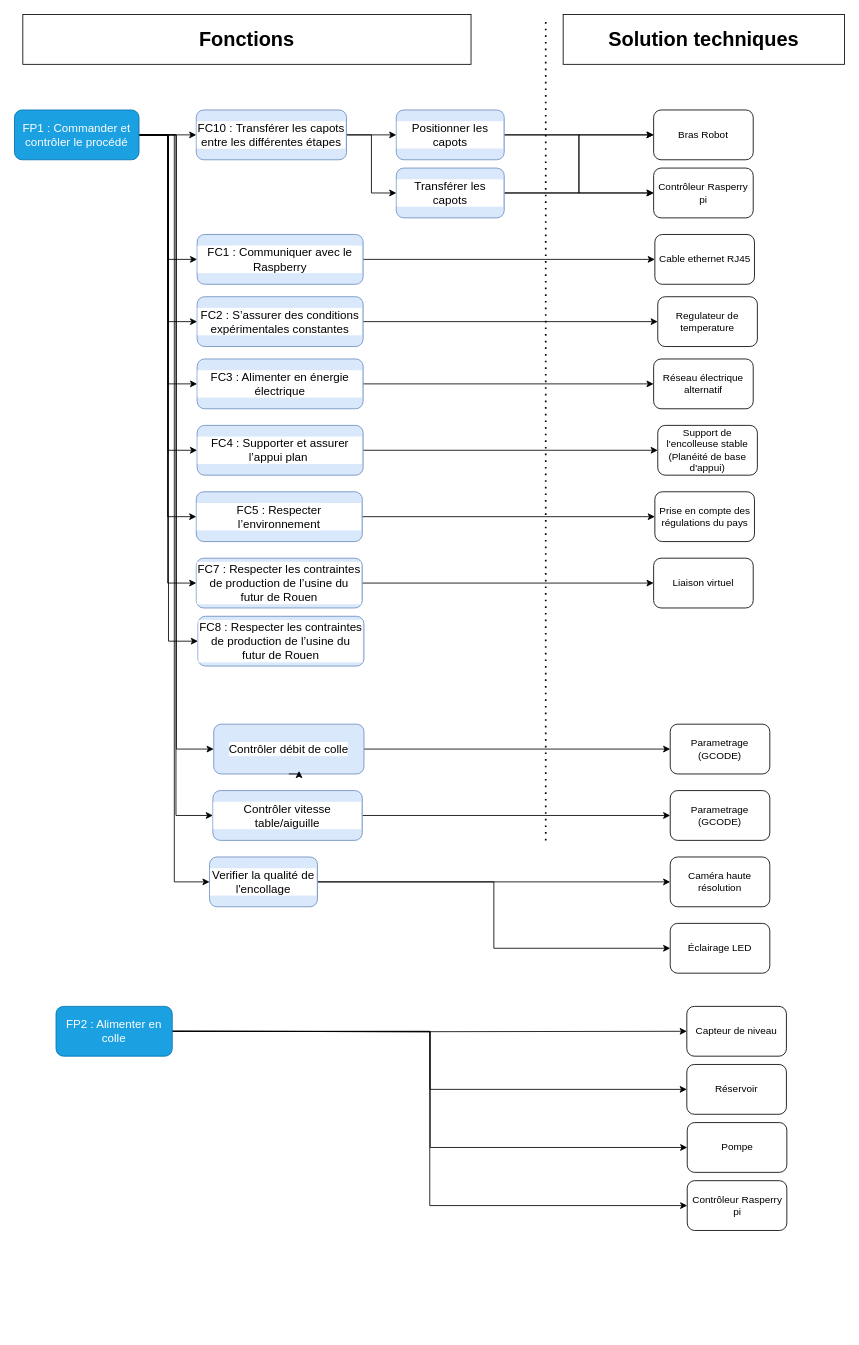
CharifMah/Systemes_automatises keeps this draw.io diagram as PDCA4 (Analyse fonctionnelle)/FAST DIAGRAM/Diagramme_FAST.drawio. Above is the earlier version. Source tidied: cells renumbered, new cells numbered last; positions are measured from the earlier drawing's top-left corner, leaving out a move shared by most shapes. Both pictures are drawn from the tidied source at 83%, with x=0, y=0 at pixel (14, 14).
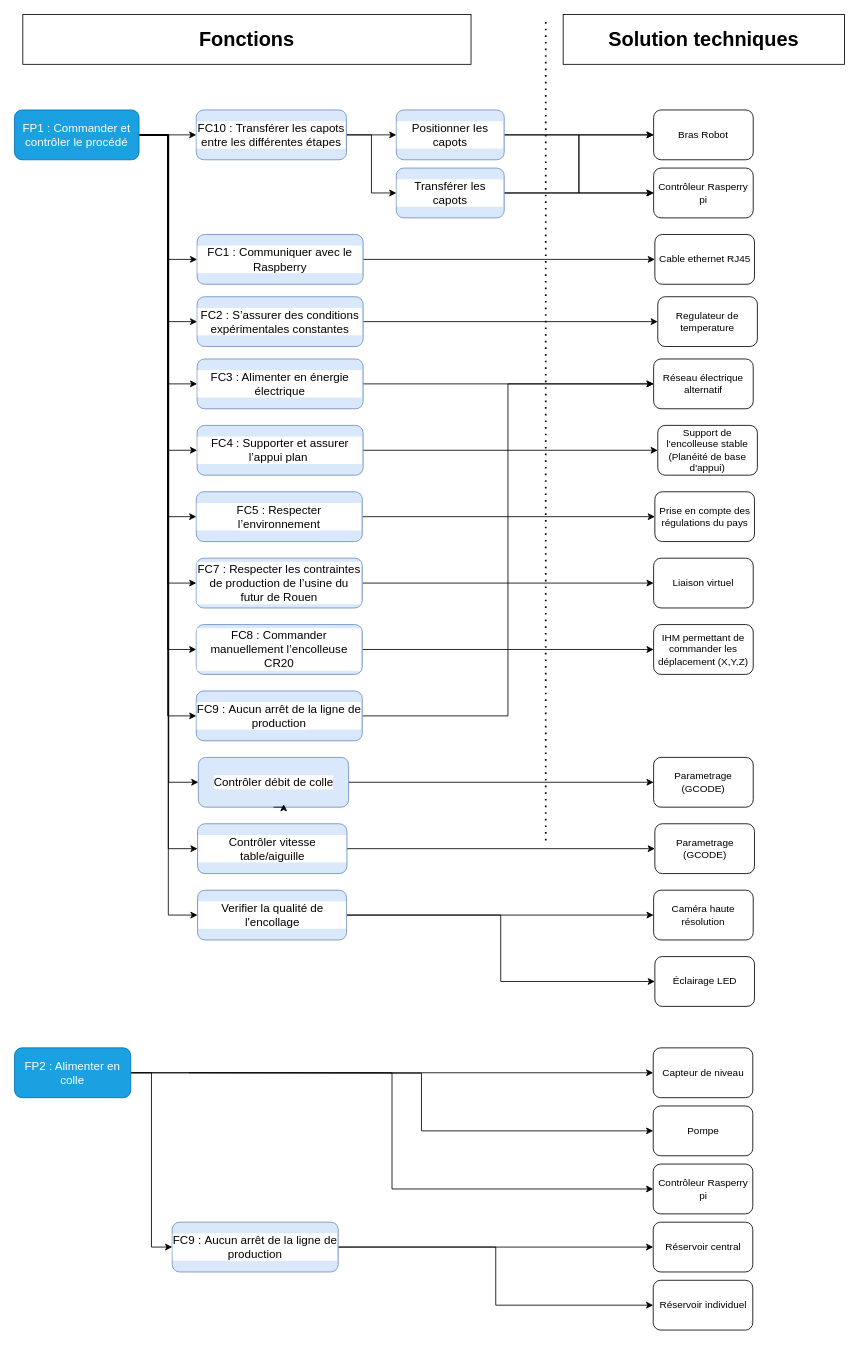
The same diagram, later.

The change refers to these unchanged cells:
```xml
<mxCell id="26" value="&lt;span&gt;&lt;font style=&quot;font-size: 14px; color: light-dark(rgb(255, 255, 255), rgb(0, 0, 0));&quot;&gt;FP1 : Commander et contrôler le procédé&lt;/font&gt;&lt;/span&gt;" style="rounded=1;whiteSpace=wrap;html=1;fillColor=#1ba1e2;fontColor=#ffffff;strokeColor=#006EAF;fontFamily=Helvetica;" parent="1" vertex="1">
  <mxGeometry y="115" width="150" height="60" as="geometry" />
</mxCell>
<mxCell id="51" value="Réseau électrique alternatif" style="rounded=1;whiteSpace=wrap;html=1;" parent="1" vertex="1">
  <mxGeometry x="770" y="415" width="120" height="60" as="geometry" />
</mxCell>
```

Change to the diagram source:
```diff
@@
-    <mxCell id="2" style="edgeStyle=orthogonalEdgeStyle;rounded=0;jettySize=auto;html=1;entryX=0;entryY=0.5;entryDx=0;entryDy=0;fontFamily=Helvetica;" parent="1" edge="1" target="33">
-      <mxGeometry relative="1" as="geometry">
-        <mxPoint x="190" y="1225" as="sourcePoint" />
-      </mxGeometry>
+    <mxCell id="2" style="edgeStyle=orthogonalEdgeStyle;rounded=0;jettySize=auto;html=1;entryX=0;entryY=0.5;entryDx=0;entryDy=0;fontFamily=Helvetica;exitX=1;exitY=0.5;exitDx=0;exitDy=0;" parent="1" edge="1" source="45" target="33">
+      <mxGeometry relative="1" as="geometry" />
     </mxCell>
-    <mxCell id="3" style="edgeStyle=orthogonalEdgeStyle;rounded=0;jettySize=auto;html=1;entryX=0;entryY=0.5;entryDx=0;entryDy=0;fontFamily=Helvetica;" parent="1" edge="1" target="36">
-      <mxGeometry relative="1" as="geometry">
-        <mxPoint x="190" y="1225" as="sourcePoint" />
-      </mxGeometry>
-    </mxCell>
     <mxCell id="4" style="edgeStyle=orthogonalEdgeStyle;rounded=0;jettySize=auto;html=1;entryX=0;entryY=0.5;entryDx=0;entryDy=0;fontFamily=Helvetica;" parent="1" edge="1" target="37">
       <mxGeometry relative="1" as="geometry">
-        <mxPoint x="190" y="1225" as="sourcePoint" />
+        <mxPoint x="210" y="1275" as="sourcePoint" />
       </mxGeometry>
     </mxCell>
@@
     <mxCell id="10" value="&lt;span style=&quot;font-size: 14px;&quot;&gt;Contrôler débit de colle&lt;/span&gt;" style="rounded=1;whiteSpace=wrap;html=1;labelBackgroundColor=default;labelBorderColor=none;textShadow=0;fillColor=#dae8fc;strokeColor=#6c8ebf;fontFamily=Helvetica;" parent="1" vertex="1">
-      <mxGeometry x="240" y="855" width="181" height="60" as="geometry" />
+      <mxGeometry x="221.5" y="895" width="181" height="60" as="geometry" />
     </mxCell>
@@
     <mxCell id="12" value="&lt;span style=&quot;font-size: 14px;&quot;&gt;Contrôler vitesse table/aiguille&lt;/span&gt;" style="rounded=1;whiteSpace=wrap;html=1;labelBackgroundColor=default;labelBorderColor=none;textShadow=0;fillColor=#dae8fc;strokeColor=#6c8ebf;fontFamily=Helvetica;" parent="1" vertex="1">
-      <mxGeometry x="239" y="935" width="180" height="60" as="geometry" />
+      <mxGeometry x="220.5" y="975" width="180" height="60" as="geometry" />
     </mxCell>
@@
+    <mxCell id="70" style="edgeStyle=orthogonalEdgeStyle;rounded=0;jettySize=auto;html=1;entryX=0;entryY=0.5;entryDx=0;entryDy=0;" parent="1" edge="1" source="26" target="75">
+      <mxGeometry relative="1" as="geometry" />
+    </mxCell>
@@
     <mxCell id="31" value="Parametrage (GCODE)" style="rounded=1;whiteSpace=wrap;html=1;fontFamily=Helvetica;" parent="1" vertex="1">
-      <mxGeometry x="790" y="855" width="120" height="60" as="geometry" />
+      <mxGeometry x="770" y="895" width="120" height="60" as="geometry" />
     </mxCell>
     <mxCell id="32" value="Parametrage (GCODE)" style="rounded=1;whiteSpace=wrap;html=1;fontFamily=Helvetica;" parent="1" vertex="1">
-      <mxGeometry x="790" y="935" width="120" height="60" as="geometry" />
+      <mxGeometry x="771.5" y="975" width="120" height="60" as="geometry" />
     </mxCell>
     <mxCell id="33" value="Capteur de niveau" style="rounded=1;whiteSpace=wrap;html=1;fontFamily=Helvetica;" parent="1" vertex="1">
-      <mxGeometry x="810" y="1195" width="120" height="60" as="geometry" />
+      <mxGeometry x="769.5" y="1245" width="120" height="60" as="geometry" />
     </mxCell>
@@
-    <mxCell id="36" value="Réservoir " style="rounded=1;whiteSpace=wrap;html=1;fontFamily=Helvetica;" parent="1" vertex="1">
-      <mxGeometry x="810" y="1265" width="120" height="60" as="geometry" />
+    <mxCell id="36" value="Réservoir central" style="rounded=1;whiteSpace=wrap;html=1;fontFamily=Helvetica;" parent="1" vertex="1">
+      <mxGeometry x="769.5" y="1455" width="120" height="60" as="geometry" />
     </mxCell>
     <mxCell id="37" value="Pompe" style="rounded=1;whiteSpace=wrap;html=1;fontFamily=Helvetica;" parent="1" vertex="1">
-      <mxGeometry x="810.5" y="1335" width="120" height="60" as="geometry" />
+      <mxGeometry x="769.5" y="1315" width="120" height="60" as="geometry" />
     </mxCell>
     <mxCell id="38" value="Contrôleur Rasperry pi" style="rounded=1;whiteSpace=wrap;html=1;fontFamily=Helvetica;" parent="1" vertex="1">
-      <mxGeometry x="810.5" y="1405" width="120" height="60" as="geometry" />
+      <mxGeometry x="769.5" y="1385" width="120" height="60" as="geometry" />
     </mxCell>
@@
     <mxCell id="41" value="&lt;span style=&quot;font-size: 14px;&quot;&gt;Verifier la qualité de l'encollage&lt;/span&gt;" style="rounded=1;whiteSpace=wrap;html=1;labelBackgroundColor=default;labelBorderColor=none;textShadow=0;fillColor=#dae8fc;strokeColor=#6c8ebf;fontFamily=Helvetica;" parent="1" vertex="1">
-      <mxGeometry x="235" y="1015" width="130" height="60" as="geometry" />
+      <mxGeometry x="220.5" y="1055" width="179.5" height="60" as="geometry" />
     </mxCell>
     <mxCell id="42" value="Caméra haute résolution" style="rounded=1;whiteSpace=wrap;html=1;fontFamily=Helvetica;" parent="1" vertex="1">
-      <mxGeometry x="790" y="1015" width="120" height="60" as="geometry" />
+      <mxGeometry x="770" y="1055" width="120" height="60" as="geometry" />
     </mxCell>
     <mxCell id="43" value="Éclairage LED" style="rounded=1;whiteSpace=wrap;html=1;fontFamily=Helvetica;" parent="1" vertex="1">
-      <mxGeometry x="790" y="1095" width="120" height="60" as="geometry" />
+      <mxGeometry x="771.5" y="1135" width="120" height="60" as="geometry" />
     </mxCell>
@@
+    <mxCell id="71" style="edgeStyle=orthogonalEdgeStyle;rounded=0;jettySize=auto;html=1;entryX=0;entryY=0.5;entryDx=0;entryDy=0;" parent="1" edge="1" source="45" target="78">
+      <mxGeometry relative="1" as="geometry" />
+    </mxCell>
     <mxCell id="45" value="&lt;span style=&quot;font-size: 14px;&quot;&gt;&lt;font style=&quot;color: rgb(255, 255, 255);&quot;&gt;FP2 : Alimenter en colle&lt;/font&gt;&lt;/span&gt;" style="rounded=1;whiteSpace=wrap;html=1;fillColor=#1ba1e2;fontColor=#ffffff;strokeColor=#006EAF;fontFamily=Helvetica;" parent="1" vertex="1">
-      <mxGeometry x="50" y="1195" width="140" height="60" as="geometry" />
+      <mxGeometry y="1245" width="140" height="60" as="geometry" />
     </mxCell>
@@
+    <mxCell id="72" style="edgeStyle=orthogonalEdgeStyle;rounded=0;jettySize=auto;html=1;entryX=0;entryY=0.5;entryDx=0;entryDy=0;" parent="1" edge="1" source="69" target="73">
+      <mxGeometry relative="1" as="geometry" />
+    </mxCell>
-    <mxCell id="69" value="&lt;div&gt;&lt;font style=&quot;font-size: 14px;&quot;&gt;FC8&lt;/font&gt;&lt;span style=&quot;font-size: 14px; background-color: light-dark(#ffffff, var(--ge-dark-color, #121212)); color: light-dark(rgb(0, 0, 0), rgb(255, 255, 255));&quot;&gt;&amp;nbsp;:&amp;nbsp;&lt;/span&gt;&lt;span style=&quot;background-color: light-dark(#ffffff, var(--ge-dark-color, #121212)); font-size: 14px;&quot;&gt;Respecter les contraintes de production de l’usine du futur de Rouen&lt;/span&gt;&lt;/div&gt;" style="rounded=1;whiteSpace=wrap;html=1;labelBackgroundColor=default;labelBorderColor=none;textShadow=0;fillColor=#dae8fc;strokeColor=#6c8ebf;fontFamily=Helvetica;" parent="1" vertex="1">
-      <mxGeometry x="221" y="725" width="200" height="60" as="geometry" />
+    <mxCell id="69" value="&lt;div&gt;&lt;font style=&quot;font-size: 14px;&quot;&gt;FC8&lt;/font&gt;&lt;span style=&quot;font-size: 14px; background-color: light-dark(#ffffff, var(--ge-dark-color, #121212)); color: light-dark(rgb(0, 0, 0), rgb(255, 255, 255));&quot;&gt;&amp;nbsp;:&amp;nbsp;&lt;/span&gt;&lt;span style=&quot;background-color: light-dark(#ffffff, var(--ge-dark-color, #121212)); font-size: 14px;&quot;&gt;Commander manuellement l’encolleuse CR20&lt;/span&gt;&lt;/div&gt;" style="rounded=1;whiteSpace=wrap;html=1;labelBackgroundColor=default;labelBorderColor=none;textShadow=0;fillColor=#dae8fc;strokeColor=#6c8ebf;fontFamily=Helvetica;" parent="1" vertex="1">
+      <mxGeometry x="219" y="735" width="200" height="60" as="geometry" />
     </mxCell>
+    <mxCell id="73" value="IHM permettant de commander les déplacement (X,Y,Z)" style="rounded=1;whiteSpace=wrap;html=1;fontFamily=Helvetica;" parent="1" vertex="1">
+      <mxGeometry x="770" y="735" width="120" height="60" as="geometry" />
+    </mxCell>
+    <mxCell id="74" style="edgeStyle=orthogonalEdgeStyle;rounded=0;jettySize=auto;html=1;entryX=0;entryY=0.5;entryDx=0;entryDy=0;" parent="1" edge="1" source="75" target="51">
+      <mxGeometry relative="1" as="geometry" />
+    </mxCell>
+    <mxCell id="75" value="&lt;div&gt;&lt;font style=&quot;font-size: 14px;&quot;&gt;FC9&lt;/font&gt;&lt;span style=&quot;color: light-dark(rgb(0, 0, 0), rgb(255, 255, 255)); font-size: 14px; background-color: light-dark(#ffffff, var(--ge-dark-color, #121212));&quot;&gt;&amp;nbsp;:&amp;nbsp;&lt;/span&gt;&lt;span style=&quot;color: light-dark(rgb(0, 0, 0), rgb(255, 255, 255)); background-color: light-dark(#ffffff, var(--ge-dark-color, #121212)); font-size: 14px;&quot;&gt;Aucun arrêt de la ligne de production&lt;/span&gt;&lt;/div&gt;" style="rounded=1;whiteSpace=wrap;html=1;labelBackgroundColor=default;labelBorderColor=none;textShadow=0;fillColor=#dae8fc;strokeColor=#6c8ebf;fontFamily=Helvetica;" parent="1" vertex="1">
+      <mxGeometry x="219" y="815" width="200" height="60" as="geometry" />
+    </mxCell>
+    <mxCell id="76" style="edgeStyle=orthogonalEdgeStyle;rounded=0;jettySize=auto;html=1;entryX=0;entryY=0.5;entryDx=0;entryDy=0;" parent="1" edge="1" source="78" target="36">
+      <mxGeometry relative="1" as="geometry" />
+    </mxCell>
+    <mxCell id="77" style="edgeStyle=orthogonalEdgeStyle;rounded=0;jettySize=auto;html=1;entryX=0;entryY=0.5;entryDx=0;entryDy=0;" parent="1" edge="1" source="78" target="79">
+      <mxGeometry relative="1" as="geometry" />
+    </mxCell>
+    <mxCell id="78" value="&lt;div&gt;&lt;font style=&quot;font-size: 14px;&quot;&gt;FC9&lt;/font&gt;&lt;span style=&quot;color: light-dark(rgb(0, 0, 0), rgb(255, 255, 255)); font-size: 14px; background-color: light-dark(#ffffff, var(--ge-dark-color, #121212));&quot;&gt;&amp;nbsp;:&amp;nbsp;&lt;/span&gt;&lt;span style=&quot;color: light-dark(rgb(0, 0, 0), rgb(255, 255, 255)); background-color: light-dark(#ffffff, var(--ge-dark-color, #121212)); font-size: 14px;&quot;&gt;Aucun arrêt de la ligne de production&lt;/span&gt;&lt;/div&gt;" style="rounded=1;whiteSpace=wrap;html=1;labelBackgroundColor=default;labelBorderColor=none;textShadow=0;fillColor=#dae8fc;strokeColor=#6c8ebf;fontFamily=Helvetica;" parent="1" vertex="1">
+      <mxGeometry x="190" y="1455" width="200" height="60" as="geometry" />
+    </mxCell>
+    <mxCell id="79" value="Réservoir individuel" style="rounded=1;whiteSpace=wrap;html=1;fontFamily=Helvetica;" parent="1" vertex="1">
+      <mxGeometry x="769.5" y="1525" width="120" height="60" as="geometry" />
+    </mxCell>
```
